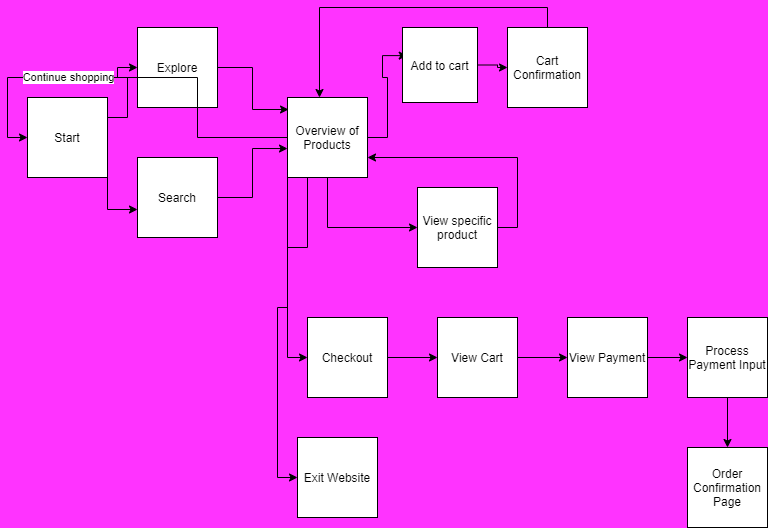
The draw.io diagram explore/diagramming/diagram.drawio.png in darrenyeung3110/fa21-cse110-lab4, before a commit. Source tidied: cells renumbered, new cells last; positions are measured from the earlier drawing's top-left corner, leaving out a move shared by most shapes.
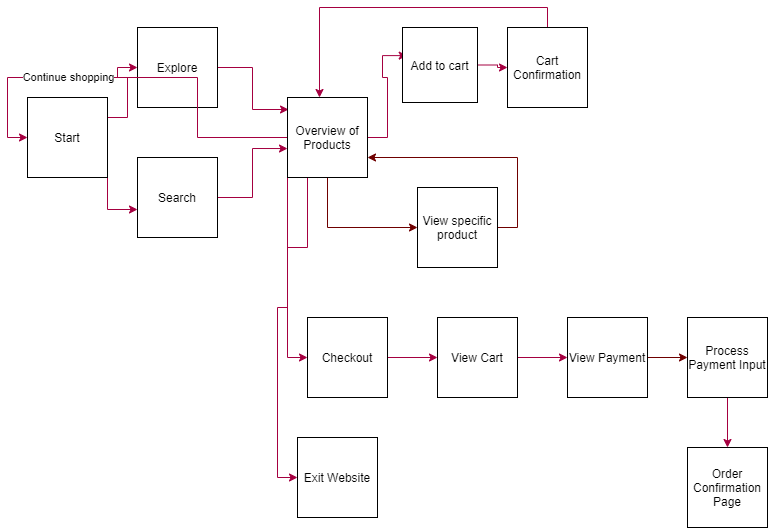
After the commit.

Commit message:
changed color for lines

Change to the diagram source:
```diff
@@ -1,68 +1,68 @@
-<mxGraphModel background="#FF33FF">
+<mxGraphModel>
   <root>
     <mxCell id="0" />
     <mxCell id="1" parent="0" />
-    <mxCell id="2" style="edgeStyle=orthogonalEdgeStyle;rounded=0;jettySize=auto;html=1;exitX=1;exitY=0.25;exitDx=0;exitDy=0;" parent="1" edge="1" source="4" target="6">
+    <mxCell id="2" style="edgeStyle=orthogonalEdgeStyle;rounded=0;jettySize=auto;html=1;exitX=1;exitY=0.25;exitDx=0;exitDy=0;fillColor=#d80073;strokeColor=#A50040;" parent="1" edge="1" source="4" target="6">
       <mxGeometry relative="1" as="geometry" />
     </mxCell>
-    <mxCell id="3" style="edgeStyle=orthogonalEdgeStyle;rounded=0;jettySize=auto;html=1;exitX=1;exitY=1;exitDx=0;exitDy=0;entryX=0;entryY=0.65;entryDx=0;entryDy=0;entryPerimeter=0;" parent="1" edge="1" source="4" target="8">
+    <mxCell id="3" style="edgeStyle=orthogonalEdgeStyle;rounded=0;jettySize=auto;html=1;exitX=1;exitY=1;exitDx=0;exitDy=0;entryX=0;entryY=0.65;entryDx=0;entryDy=0;entryPerimeter=0;fillColor=#d80073;strokeColor=#A50040;" parent="1" edge="1" source="4" target="8">
       <mxGeometry relative="1" as="geometry" />
     </mxCell>
     <mxCell id="4" value="Start" style="whiteSpace=wrap;html=1;" parent="1" vertex="1">
       <mxGeometry y="70" width="80" height="80" as="geometry" />
     </mxCell>
-    <mxCell id="5" style="edgeStyle=orthogonalEdgeStyle;rounded=0;jettySize=auto;html=1;exitX=1;exitY=0.5;exitDx=0;exitDy=0;entryX=0.013;entryY=0.15;entryDx=0;entryDy=0;entryPerimeter=0;" parent="1" edge="1" source="6" target="15">
+    <mxCell id="5" style="edgeStyle=orthogonalEdgeStyle;rounded=0;jettySize=auto;html=1;exitX=1;exitY=0.5;exitDx=0;exitDy=0;entryX=0.013;entryY=0.15;entryDx=0;entryDy=0;entryPerimeter=0;fillColor=#d80073;strokeColor=#A50040;" parent="1" edge="1" source="6" target="15">
       <mxGeometry relative="1" as="geometry" />
     </mxCell>
     <mxCell id="6" value="Explore" style="whiteSpace=wrap;html=1;" parent="1" vertex="1">
       <mxGeometry x="110" width="80" height="80" as="geometry" />
     </mxCell>
-    <mxCell id="7" style="edgeStyle=orthogonalEdgeStyle;rounded=0;jettySize=auto;html=1;entryX=0;entryY=0.638;entryDx=0;entryDy=0;entryPerimeter=0;" parent="1" edge="1" source="8" target="15">
+    <mxCell id="7" style="edgeStyle=orthogonalEdgeStyle;rounded=0;jettySize=auto;html=1;entryX=0;entryY=0.638;entryDx=0;entryDy=0;entryPerimeter=0;fillColor=#d80073;strokeColor=#A50040;" parent="1" edge="1" source="8" target="15">
       <mxGeometry relative="1" as="geometry" />
     </mxCell>
     <mxCell id="8" value="Search" style="whiteSpace=wrap;html=1;" parent="1" vertex="1">
       <mxGeometry x="110" y="130" width="80" height="80" as="geometry" />
     </mxCell>
-    <mxCell id="9" style="edgeStyle=orthogonalEdgeStyle;rounded=0;jettySize=auto;html=1;entryX=0;entryY=0.5;entryDx=0;entryDy=0;" parent="1" edge="1" source="15" target="4">
+    <mxCell id="9" style="edgeStyle=orthogonalEdgeStyle;rounded=0;jettySize=auto;html=1;entryX=0;entryY=0.5;entryDx=0;entryDy=0;fillColor=#d80073;strokeColor=#A50040;" parent="1" edge="1" source="15" target="4">
       <mxGeometry relative="1" as="geometry" />
     </mxCell>
     <mxCell id="10" value="Continue shopping&lt;br&gt;" style="edgeLabel;html=1;align=center;verticalAlign=middle;" parent="9" vertex="1">
       <mxGeometry x="0.33" y="-1" relative="1" as="geometry" />
     </mxCell>
-    <mxCell id="11" style="edgeStyle=orthogonalEdgeStyle;rounded=0;jettySize=auto;html=1;exitX=1;exitY=0.5;exitDx=0;exitDy=0;entryX=0.063;entryY=0.375;entryDx=0;entryDy=0;entryPerimeter=0;" parent="1" edge="1" source="15" target="17">
+    <mxCell id="11" style="edgeStyle=orthogonalEdgeStyle;rounded=0;jettySize=auto;html=1;exitX=1;exitY=0.5;exitDx=0;exitDy=0;entryX=0.063;entryY=0.375;entryDx=0;entryDy=0;entryPerimeter=0;fillColor=#d80073;strokeColor=#A50040;" parent="1" edge="1" source="15" target="17">
       <mxGeometry relative="1" as="geometry" />
     </mxCell>
-    <mxCell id="12" style="edgeStyle=orthogonalEdgeStyle;rounded=0;jettySize=auto;html=1;exitX=0.5;exitY=1;exitDx=0;exitDy=0;entryX=0;entryY=0.5;entryDx=0;entryDy=0;" parent="1" edge="1" source="15" target="21">
+    <mxCell id="12" style="edgeStyle=orthogonalEdgeStyle;rounded=0;jettySize=auto;html=1;exitX=0.5;exitY=1;exitDx=0;exitDy=0;entryX=0;entryY=0.5;entryDx=0;entryDy=0;fillColor=#a20025;strokeColor=#6F0000;" parent="1" edge="1" source="15" target="21">
       <mxGeometry relative="1" as="geometry" />
     </mxCell>
-    <mxCell id="13" style="edgeStyle=orthogonalEdgeStyle;rounded=0;jettySize=auto;html=1;exitX=0.25;exitY=1;exitDx=0;exitDy=0;entryX=0;entryY=0.5;entryDx=0;entryDy=0;" parent="1" edge="1" source="15" target="23">
+    <mxCell id="13" style="edgeStyle=orthogonalEdgeStyle;rounded=0;jettySize=auto;html=1;exitX=0.25;exitY=1;exitDx=0;exitDy=0;entryX=0;entryY=0.5;entryDx=0;entryDy=0;fillColor=#d80073;strokeColor=#A50040;" parent="1" edge="1" source="15" target="23">
       <mxGeometry relative="1" as="geometry" />
     </mxCell>
-    <mxCell id="14" style="edgeStyle=orthogonalEdgeStyle;rounded=0;jettySize=auto;html=1;exitX=0;exitY=1;exitDx=0;exitDy=0;entryX=0;entryY=0.5;entryDx=0;entryDy=0;" parent="1" edge="1" source="15" target="24">
+    <mxCell id="14" style="edgeStyle=orthogonalEdgeStyle;rounded=0;jettySize=auto;html=1;exitX=0;exitY=1;exitDx=0;exitDy=0;entryX=0;entryY=0.5;entryDx=0;entryDy=0;fillColor=#d80073;strokeColor=#A50040;" parent="1" edge="1" source="15" target="24">
       <mxGeometry relative="1" as="geometry" />
     </mxCell>
     <mxCell id="15" value="Overview of Products&lt;br&gt;" style="whiteSpace=wrap;html=1;" parent="1" vertex="1">
       <mxGeometry x="260" y="70" width="80" height="80" as="geometry" />
     </mxCell>
-    <mxCell id="16" style="edgeStyle=orthogonalEdgeStyle;rounded=0;jettySize=auto;html=1;entryX=0;entryY=0.5;entryDx=0;entryDy=0;" parent="1" edge="1" source="17" target="19">
+    <mxCell id="16" style="edgeStyle=orthogonalEdgeStyle;rounded=0;jettySize=auto;html=1;entryX=0;entryY=0.5;entryDx=0;entryDy=0;fillColor=#d80073;strokeColor=#A50040;" parent="1" edge="1" source="17" target="19">
       <mxGeometry relative="1" as="geometry" />
     </mxCell>
     <mxCell id="17" value="Add to cart&lt;br&gt;" style="whiteSpace=wrap;html=1;" parent="1" vertex="1">
       <mxGeometry x="375" width="75" height="75" as="geometry" />
     </mxCell>
-    <mxCell id="18" style="edgeStyle=orthogonalEdgeStyle;rounded=0;jettySize=auto;html=1;exitX=0.5;exitY=0;exitDx=0;exitDy=0;entryX=0.4;entryY=0;entryDx=0;entryDy=0;entryPerimeter=0;" parent="1" edge="1" source="19" target="15">
+    <mxCell id="18" style="edgeStyle=orthogonalEdgeStyle;rounded=0;jettySize=auto;html=1;exitX=0.5;exitY=0;exitDx=0;exitDy=0;entryX=0.4;entryY=0;entryDx=0;entryDy=0;entryPerimeter=0;fillColor=#d80073;strokeColor=#A50040;" parent="1" edge="1" source="19" target="15">
       <mxGeometry relative="1" as="geometry" />
     </mxCell>
     <mxCell id="19" value="Cart Confirmation" style="whiteSpace=wrap;html=1;" parent="1" vertex="1">
       <mxGeometry x="480" width="80" height="80" as="geometry" />
     </mxCell>
-    <mxCell id="20" style="edgeStyle=orthogonalEdgeStyle;rounded=0;jettySize=auto;html=1;exitX=1;exitY=0.5;exitDx=0;exitDy=0;entryX=1;entryY=0.75;entryDx=0;entryDy=0;" parent="1" edge="1" source="21" target="15">
+    <mxCell id="20" style="edgeStyle=orthogonalEdgeStyle;rounded=0;jettySize=auto;html=1;exitX=1;exitY=0.5;exitDx=0;exitDy=0;entryX=1;entryY=0.75;entryDx=0;entryDy=0;fillColor=#a20025;strokeColor=#6F0000;" parent="1" edge="1" source="21" target="15">
       <mxGeometry relative="1" as="geometry" />
     </mxCell>
     <mxCell id="21" value="View specific product&lt;br&gt;" style="whiteSpace=wrap;html=1;" parent="1" vertex="1">
       <mxGeometry x="390" y="160" width="80" height="80" as="geometry" />
     </mxCell>
-    <mxCell id="22" style="edgeStyle=orthogonalEdgeStyle;rounded=0;jettySize=auto;html=1;exitX=1;exitY=0.5;exitDx=0;exitDy=0;" parent="1" edge="1" source="23">
+    <mxCell id="22" style="edgeStyle=orthogonalEdgeStyle;rounded=0;jettySize=auto;html=1;exitX=1;exitY=0.5;exitDx=0;exitDy=0;fillColor=#d80073;strokeColor=#A50040;" parent="1" edge="1" source="23">
       <mxGeometry relative="1" as="geometry">
         <mxPoint x="410" y="330" as="targetPoint" />
       </mxGeometry>
@@ -73,19 +73,19 @@
     <mxCell id="24" value="Exit Website&lt;br&gt;" style="whiteSpace=wrap;html=1;" parent="1" vertex="1">
       <mxGeometry x="270" y="410" width="80" height="80" as="geometry" />
     </mxCell>
-    <mxCell id="25" style="edgeStyle=orthogonalEdgeStyle;rounded=0;jettySize=auto;html=1;exitX=1;exitY=0.5;exitDx=0;exitDy=0;" parent="1" edge="1" source="26" target="28">
+    <mxCell id="25" style="edgeStyle=orthogonalEdgeStyle;rounded=0;jettySize=auto;html=1;exitX=1;exitY=0.5;exitDx=0;exitDy=0;fillColor=#d80073;strokeColor=#A50040;" parent="1" edge="1" source="26" target="28">
       <mxGeometry relative="1" as="geometry" />
     </mxCell>
     <mxCell id="26" value="View Cart&lt;br&gt;" style="whiteSpace=wrap;html=1;" parent="1" vertex="1">
       <mxGeometry x="410" y="290" width="80" height="80" as="geometry" />
     </mxCell>
-    <mxCell id="27" style="edgeStyle=orthogonalEdgeStyle;rounded=0;jettySize=auto;html=1;entryX=0;entryY=0.5;entryDx=0;entryDy=0;" parent="1" edge="1" source="28" target="30">
+    <mxCell id="27" style="edgeStyle=orthogonalEdgeStyle;rounded=0;jettySize=auto;html=1;entryX=0;entryY=0.5;entryDx=0;entryDy=0;fillColor=#a20025;strokeColor=#6F0000;" parent="1" edge="1" source="28" target="30">
       <mxGeometry relative="1" as="geometry" />
     </mxCell>
     <mxCell id="28" value="View Payment&lt;br&gt;" style="whiteSpace=wrap;html=1;" parent="1" vertex="1">
       <mxGeometry x="540" y="290" width="80" height="80" as="geometry" />
     </mxCell>
-    <mxCell id="29" style="edgeStyle=orthogonalEdgeStyle;rounded=0;jettySize=auto;html=1;exitX=0.5;exitY=1;exitDx=0;exitDy=0;entryX=0.5;entryY=0;entryDx=0;entryDy=0;" parent="1" edge="1" source="30" target="31">
+    <mxCell id="29" style="edgeStyle=orthogonalEdgeStyle;rounded=0;jettySize=auto;html=1;exitX=0.5;exitY=1;exitDx=0;exitDy=0;entryX=0.5;entryY=0;entryDx=0;entryDy=0;fillColor=#d80073;strokeColor=#A50040;" parent="1" edge="1" source="30" target="31">
       <mxGeometry relative="1" as="geometry" />
     </mxCell>
     <mxCell id="30" value="Process Payment Input" style="whiteSpace=wrap;html=1;" parent="1" vertex="1">
```
